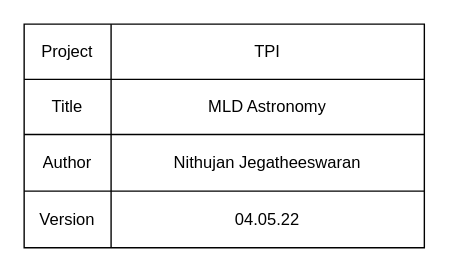
Earlier version of the draw.io diagram analyse/MLD-label.drawio (J-Nithujan/TPI-astronomie). Source tidied: cells renumbered, new cells numbered last; positions are measured from the earlier drawing's top-left corner, leaving out a move shared by most shapes. Both pictures are drawn from the tidied source at 138%, with x=0, y=0 at pixel (23, 23).
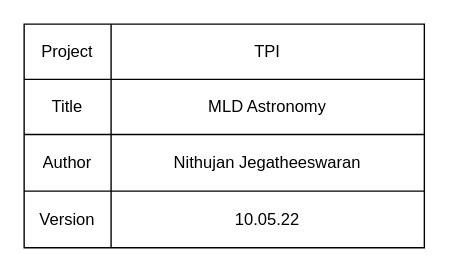
The same page after the edit.

Diff of the diagram source:
```diff
@@
 <mxGraphModel>
   <root>
     <mxCell id="0" />
     <mxCell id="1" parent="0" />
     <mxCell id="2" style="shape=table;html=1;whiteSpace=wrap;startSize=0;childLayout=tableLayout;align=right;hachureGap=4;" parent="1" vertex="1">
       <mxGeometry width="290" height="162" as="geometry" />
     </mxCell>
     <mxCell id="3" style="shape=partialRectangle;html=1;whiteSpace=wrap;fillColor=none;top=0;left=0;bottom=0;right=0;" parent="2" vertex="1">
       <mxGeometry width="290" height="40" as="geometry" />
     </mxCell>
     <mxCell id="4" value="Project" style="shape=partialRectangle;html=1;whiteSpace=wrap;fillColor=none;top=0;left=0;bottom=0;right=0;overflow=hidden;" parent="3" vertex="1">
       <mxGeometry width="63" height="40" as="geometry" />
     </mxCell>
     <mxCell id="5" value="TPI" style="shape=partialRectangle;html=1;whiteSpace=wrap;fillColor=none;top=0;left=0;bottom=0;right=0;overflow=hidden;" parent="3" vertex="1">
       <mxGeometry x="63" width="227" height="40" as="geometry" />
     </mxCell>
     <mxCell id="6" style="shape=partialRectangle;html=1;whiteSpace=wrap;fillColor=none;top=0;left=0;bottom=0;right=0;" parent="2" vertex="1">
       <mxGeometry y="40" width="290" height="40" as="geometry" />
     </mxCell>
     <mxCell id="7" value="Title" style="shape=partialRectangle;html=1;whiteSpace=wrap;fillColor=none;top=0;left=0;bottom=0;right=0;overflow=hidden;" parent="6" vertex="1">
       <mxGeometry width="63" height="40" as="geometry" />
     </mxCell>
     <mxCell id="8" value="MLD Astronomy" style="shape=partialRectangle;html=1;whiteSpace=wrap;fillColor=none;top=0;left=0;bottom=0;right=0;overflow=hidden;" parent="6" vertex="1">
       <mxGeometry x="63" width="227" height="40" as="geometry" />
     </mxCell>
     <mxCell id="9" style="shape=partialRectangle;html=1;whiteSpace=wrap;fillColor=none;top=0;left=0;bottom=0;right=0;" parent="2" vertex="1">
       <mxGeometry y="80" width="290" height="41" as="geometry" />
     </mxCell>
     <mxCell id="10" value="Author" style="shape=partialRectangle;html=1;whiteSpace=wrap;fillColor=none;top=0;left=0;bottom=0;right=0;overflow=hidden;" parent="9" vertex="1">
       <mxGeometry width="63" height="41" as="geometry" />
     </mxCell>
     <mxCell id="11" value="Nithujan Jegatheeswaran" style="shape=partialRectangle;html=1;whiteSpace=wrap;fillColor=none;top=0;left=0;bottom=0;right=0;overflow=hidden;" parent="9" vertex="1">
       <mxGeometry x="63" width="227" height="41" as="geometry" />
     </mxCell>
     <mxCell id="12" style="shape=partialRectangle;html=1;whiteSpace=wrap;fillColor=none;top=0;left=0;bottom=0;right=0;" parent="2" vertex="1">
       <mxGeometry y="121" width="290" height="41" as="geometry" />
     </mxCell>
     <mxCell id="13" value="Version" style="shape=partialRectangle;html=1;whiteSpace=wrap;fillColor=none;top=0;left=0;bottom=0;right=0;overflow=hidden;" parent="12" vertex="1">
       <mxGeometry width="63" height="41" as="geometry" />
     </mxCell>
-    <mxCell id="14" value="04.05.22" style="shape=partialRectangle;html=1;whiteSpace=wrap;fillColor=none;top=0;left=0;bottom=0;right=0;overflow=hidden;" parent="12" vertex="1">
+    <mxCell id="14" value="10.05.22" style="shape=partialRectangle;html=1;whiteSpace=wrap;fillColor=none;top=0;left=0;bottom=0;right=0;overflow=hidden;" parent="12" vertex="1">
       <mxGeometry x="63" width="227" height="41" as="geometry" />
     </mxCell>
   </root>
 </mxGraphModel>
```
